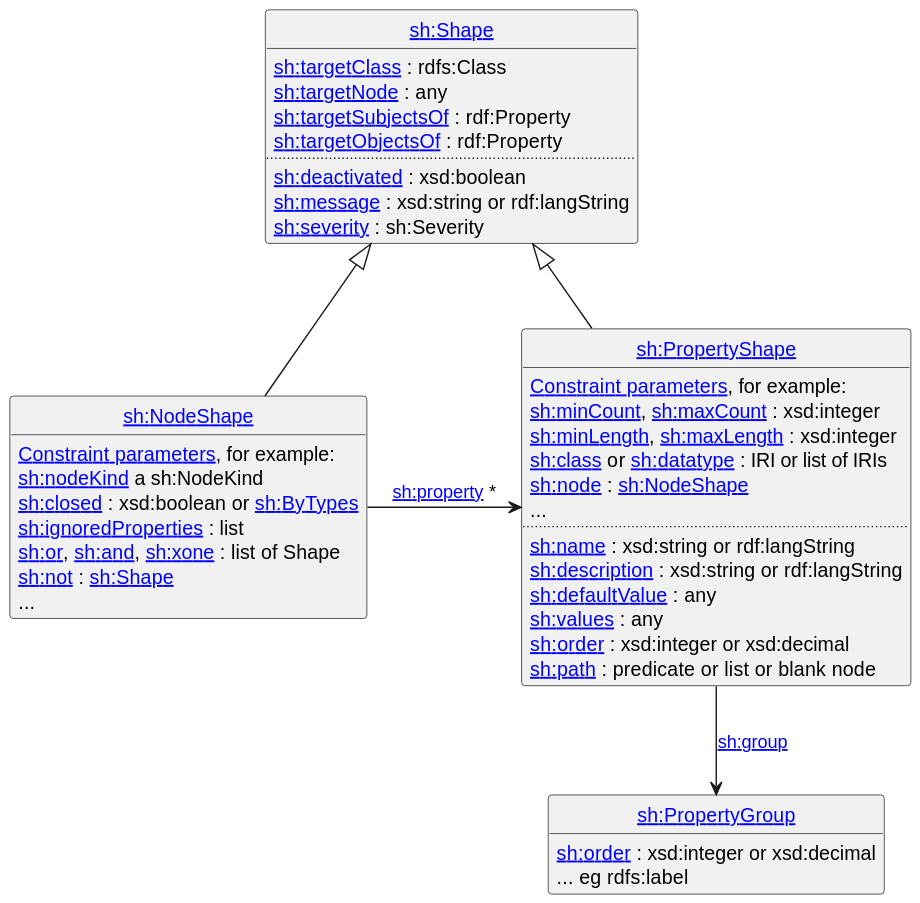
w3c/data-shapes keeps this PlantUML diagram as shacl12-core/images/SHACL-UML.svg. Above is the earlier version.
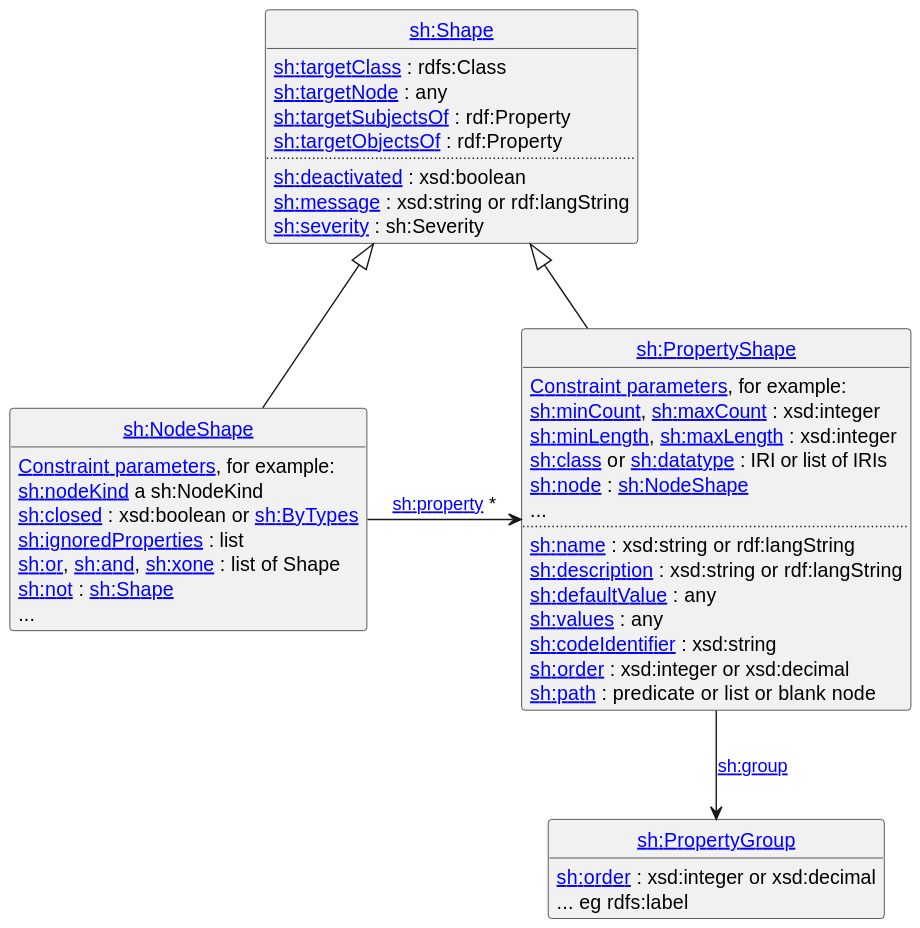
Later version of the same file.

Change to the diagram source:
```diff
@@ -36,6 +36,7 @@
   [[#description sh:description]] : xsd:string or rdf:langString
   [[#syntax-rule-path-defaultValue sh:defaultValue]] : any
   [[#syntax-rule-path-defaultValue sh:values]] : any
+  [[#codeIdentifier sh:codeIdentifier]] : xsd:string
   [[#order sh:order]] : xsd:integer or xsd:decimal
   [[#property-paths sh:path]] : predicate or list or blank node
 }
```
